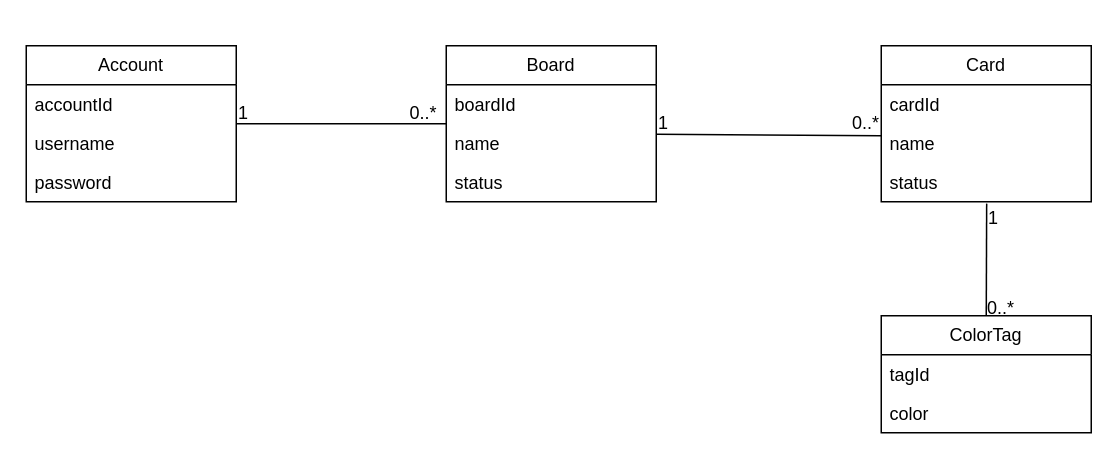
The draw.io diagram diagrams/domain class diagram.drawio in damiankryzia71/trello-clone-app, before the edit. Source tidied: cells renumbered, new cells numbered last; positions are measured from the earlier drawing's top-left corner, leaving out a move shared by most shapes. Both pictures are drawn from the tidied source at 150%, with x=0, y=0 at pixel (26, 45).
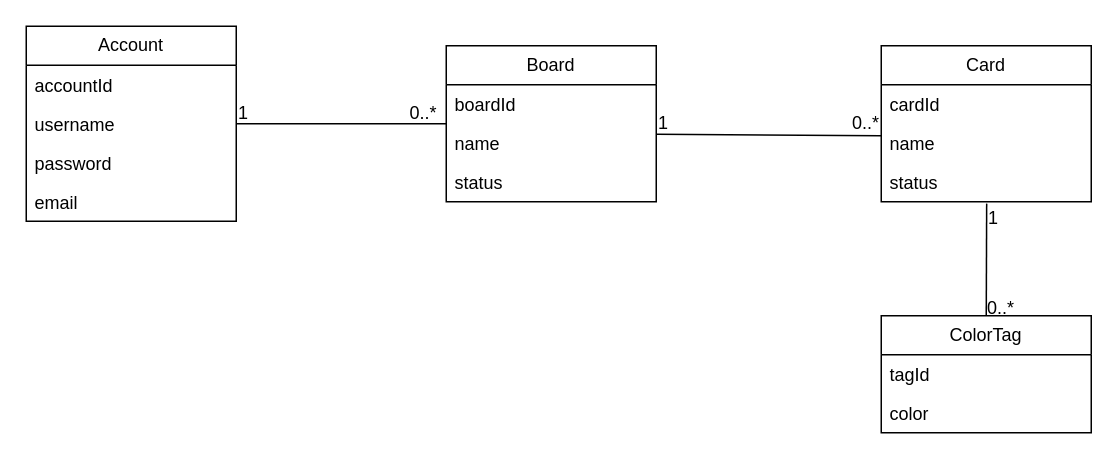
The same diagram, later.

Change to the diagram source:
```diff
@@
     <mxCell id="2" value="Account" style="swimlane;fontStyle=0;horizontal=1;startSize=26;fillColor=none;whiteSpace=wrap;html=1;" parent="1" vertex="1">
-      <mxGeometry width="140" height="104" as="geometry" />
+      <mxGeometry y="-13" width="140" height="130" as="geometry" />
     </mxCell>
@@
+    <mxCell id="26" value="email&lt;div&gt;&lt;br&gt;&lt;/div&gt;" style="text;strokeColor=none;fillColor=none;align=left;verticalAlign=top;spacingLeft=4;spacingRight=4;overflow=hidden;whiteSpace=wrap;html=1;" parent="2" vertex="1">
+      <mxGeometry y="104" width="140" height="26" as="geometry" />
+    </mxCell>
```
